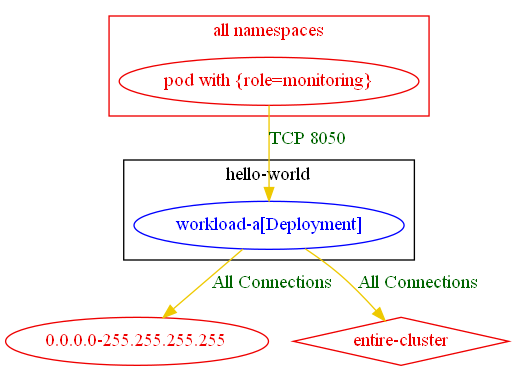
np-guard/netpol-analyzer keeps this Graphviz diagram as test_outputs/connlist/exposure_test_conn_with_pod_selector_in_any_ns_connlist_output.dot.png. Above is the earlier version. Its source is kept beside it as test_outputs/connlist/exposure_test_conn_with_pod_selector_in_any_ns_connlist_output.dot. Source of this version:
```dot
digraph {
	subgraph "cluster_hello_world" {
		color="black"
		fontcolor="black"
		"hello-world/workload-a[Deployment]" [label="workload-a[Deployment]" color="blue" fontcolor="blue"]
		label="hello-world"
	}
	subgraph "cluster_all namespaces" {
		color="red2"
		fontcolor="red2"
		"pod with {role=monitoring}_in_all namespaces" [label="pod with {role=monitoring}" color="red2" fontcolor="red2"]
		label="all namespaces"
	}
	"0.0.0.0-255.255.255.255" [label="0.0.0.0-255.255.255.255" color="red2" fontcolor="red2"]
	"entire-cluster" [label="entire-cluster" color="red2" fontcolor="red2" shape=diamond]
	"hello-world/workload-a[Deployment]" -> "0.0.0.0-255.255.255.255" [label="All Connections" color="gold2" fontcolor="darkgreen"]
	"hello-world/workload-a[Deployment]" -> "entire-cluster" [label="All Connections" color="gold2" fontcolor="darkgreen"]
	"pod with {role=monitoring}_in_all namespaces" -> "hello-world/workload-a[Deployment]" [label="TCP 8050" color="gold2" fontcolor="darkgreen"]
}
```
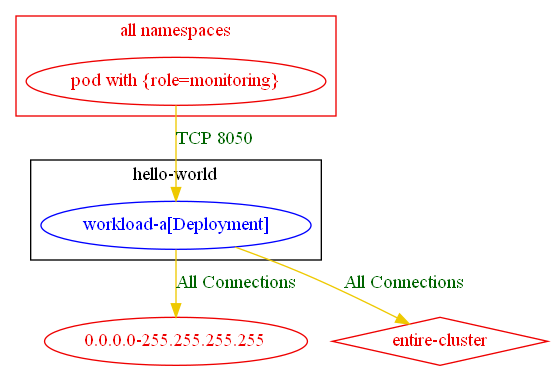
After the commit.

What changed in the source:
```diff
@@ -14,6 +14,6 @@
 	"0.0.0.0-255.255.255.255" [label="0.0.0.0-255.255.255.255" color="red2" fontcolor="red2"]
 	"entire-cluster" [label="entire-cluster" color="red2" fontcolor="red2" shape=diamond]
 	"hello-world/workload-a[Deployment]" -> "0.0.0.0-255.255.255.255" [label="All Connections" color="gold2" fontcolor="darkgreen"]
-	"hello-world/workload-a[Deployment]" -> "entire-cluster" [label="All Connections" color="gold2" fontcolor="darkgreen"]
-	"pod with {role=monitoring}_in_all namespaces" -> "hello-world/workload-a[Deployment]" [label="TCP 8050" color="gold2" fontcolor="darkgreen"]
+	"hello-world/workload-a[Deployment]" -> "entire-cluster" [label="All Connections" color="gold2" fontcolor="darkgreen" weight=0.5]
+	"pod with {role=monitoring}_in_all namespaces" -> "hello-world/workload-a[Deployment]" [label="TCP 8050" color="gold2" fontcolor="darkgreen" weight=1]
 }
```
